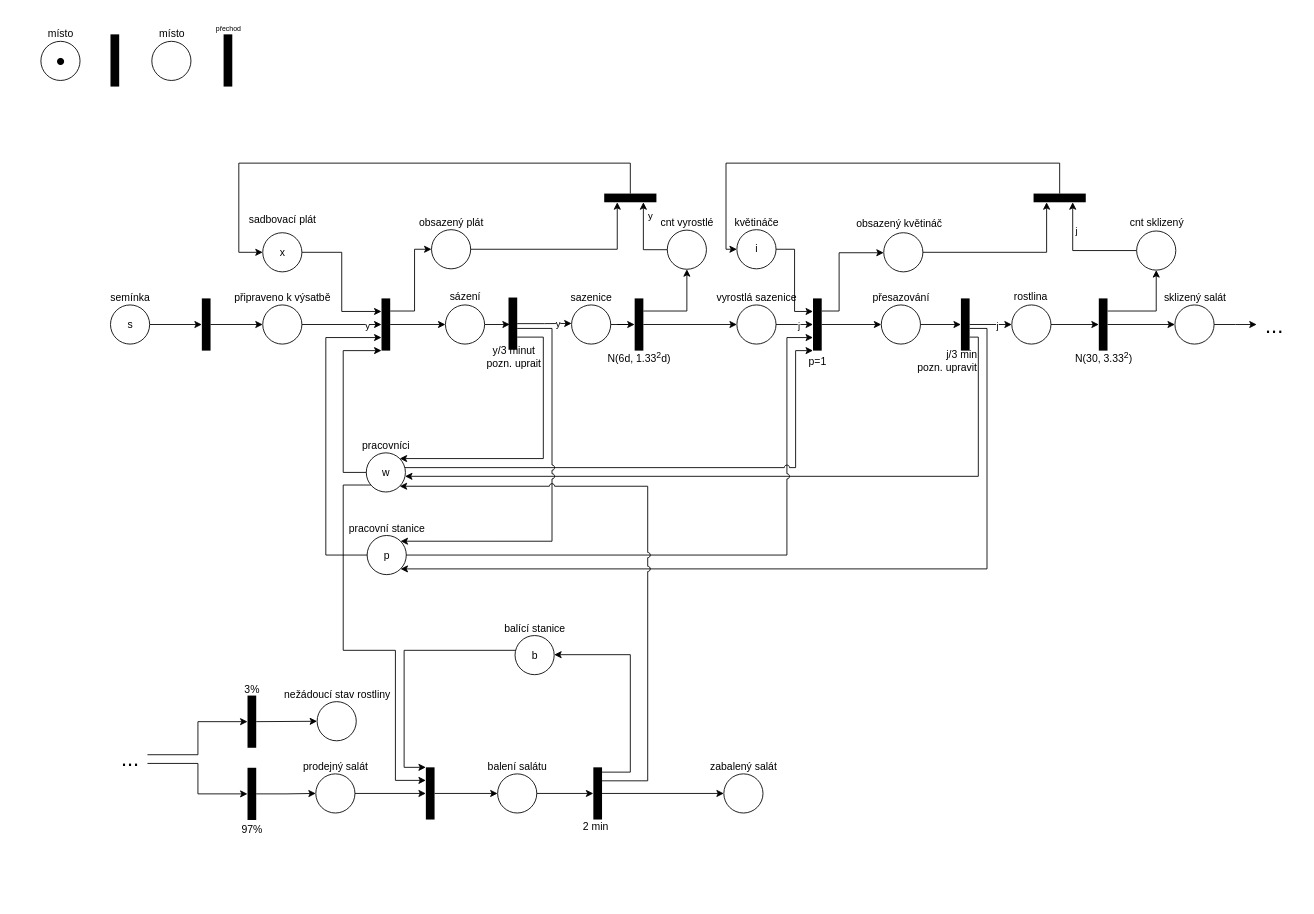
The draw.io diagram doc/petri-net.drawio in hruboson/IMS, before the edit. Source tidied: cells renumbered, new cells numbered last; positions are measured from the earlier drawing's top-left corner, leaving out a move shared by most shapes. Both pictures are drawn from the tidied source at 87%, with x=0, y=0 at pixel (38, 15).
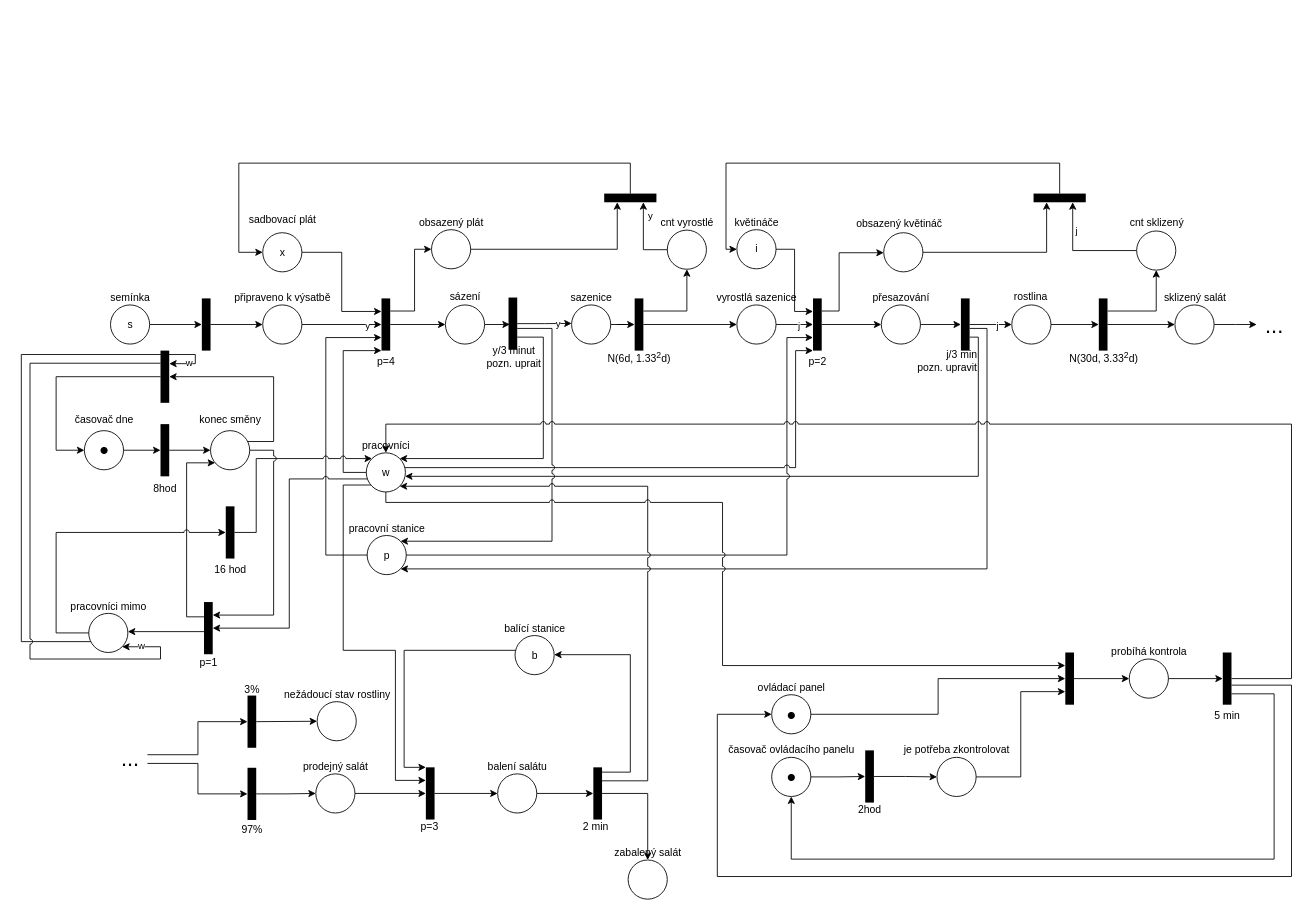
Above is the later version.

Commit message (it also covers changes not shown here):
feat(petri-net): structure complete, change params

The change refers to these unchanged cells:
```xml
<mxCell id="64" value="w" style="ellipse;whiteSpace=wrap;html=1;" parent="63" vertex="1">
  <mxGeometry x="17.5" y="23" width="45" height="45" as="geometry" />
</mxCell>
<mxCell id="128" style="group;" parent="1" vertex="1">
  <mxGeometry x="510" y="849" width="90" height="68" as="geometry" />
</mxCell>
```

Change to the diagram source:
```diff
@@
-    <mxCell id="2" style="rounded=0;whiteSpace=wrap;html=1;strokeColor=none;fillColor=#000000;" parent="1" vertex="1">
-      <mxGeometry x="82.5" y="22" width="10" height="60" as="geometry" />
-    </mxCell>
@@
-    <mxCell id="34" style="group;" parent="1" vertex="1">
-      <mxGeometry x="112.5" y="7" width="80" height="68" as="geometry" />
-    </mxCell>
-    <mxCell id="35" style="ellipse;whiteSpace=wrap;html=1;" parent="34" vertex="1">
-      <mxGeometry x="17.5" y="23" width="45" height="45" as="geometry" />
-    </mxCell>
-    <mxCell id="36" value="místo" style="text;html=1;align=center;verticalAlign=middle;strokeColor=none;fillColor=none;" parent="34" vertex="1">
-      <mxGeometry x="15" width="50" height="30" as="geometry" />
-    </mxCell>
-    <mxCell id="37" style="group;" parent="1" vertex="1">
-      <mxGeometry x="192.5" width="50" height="82" as="geometry" />
-    </mxCell>
-    <mxCell id="38" style="rounded=0;whiteSpace=wrap;html=1;strokeColor=none;fillColor=#000000;" parent="37" vertex="1">
-      <mxGeometry x="20" y="22" width="10" height="60" as="geometry" />
-    </mxCell>
-    <mxCell id="39" value="&lt;font style=&quot;font-size: 8px;&quot;&gt;přechod&lt;/font&gt;" style="text;html=1;align=center;verticalAlign=middle;strokeColor=none;fillColor=none;" parent="37" vertex="1">
-      <mxGeometry width="50" height="30" as="geometry" />
-    </mxCell>
-    <mxCell id="40" style="group;" parent="1" vertex="1">
-      <mxGeometry y="7" width="50" height="68" as="geometry" />
-    </mxCell>
-    <mxCell id="41" value="&lt;font style=&quot;font-size: 30px;&quot;&gt;•&lt;/font&gt;" style="ellipse;whiteSpace=wrap;html=1;" parent="40" vertex="1">
-      <mxGeometry x="2.5" y="23" width="45" height="45" as="geometry" />
-    </mxCell>
-    <mxCell id="42" value="místo" style="text;html=1;align=center;verticalAlign=middle;strokeColor=none;fillColor=none;" parent="40" vertex="1">
-      <mxGeometry width="50" height="30" as="geometry" />
-    </mxCell>
@@
-    <mxCell id="66" value="p=1" style="text;html=1;align=center;verticalAlign=middle;strokeColor=none;fillColor=none;" parent="1" vertex="1">
+    <mxCell id="66" value="p=2" style="text;html=1;align=center;verticalAlign=middle;strokeColor=none;fillColor=none;" parent="1" vertex="1">
       <mxGeometry x="875" y="384" width="40" height="30" as="geometry" />
     </mxCell>
@@
-    <mxCell id="78" value="N(30, 3.33&lt;sup&gt;2&lt;/sup&gt;)" style="text;html=1;align=center;verticalAlign=middle;strokeColor=none;fillColor=none;" parent="1" vertex="1">
-      <mxGeometry x="1178.5" y="378" width="90" height="30" as="geometry" />
+    <mxCell id="78" value="N(30d, 3.33&lt;sup&gt;2&lt;/sup&gt;d)" style="text;html=1;align=center;verticalAlign=middle;strokeColor=none;fillColor=none;" parent="1" vertex="1">
+      <mxGeometry x="1173.5" y="378" width="100" height="30" as="geometry" />
     </mxCell>
@@
-    <mxCell id="131" style="group;" parent="128" vertex="1">
-      <mxGeometry x="260" width="90" height="68" as="geometry" />
-    </mxCell>
-    <mxCell id="132" style="ellipse;whiteSpace=wrap;html=1;" parent="131" vertex="1">
-      <mxGeometry x="17.5" y="23" width="45" height="45" as="geometry" />
-    </mxCell>
-    <mxCell id="133" value="zabalený salát" style="text;html=1;align=center;verticalAlign=middle;strokeColor=none;fillColor=none;" parent="131" vertex="1">
-      <mxGeometry x="-10" width="100" height="30" as="geometry" />
-    </mxCell>
@@
+    <mxCell id="152" style="edgeStyle=orthogonalEdgeStyle;rounded=0;jettySize=auto;html=1;entryX=1;entryY=0.5;entryDx=0;entryDy=0;jumpStyle=arc;" parent="1" edge="1" source="64" target="162">
+      <mxGeometry relative="1" as="geometry">
+        <Array as="points">
+          <mxPoint x="288" y="533" />
+          <mxPoint x="288" y="705" />
+          <mxPoint x="200" y="705" />
+        </Array>
+      </mxGeometry>
+    </mxCell>
+    <mxCell id="153" value="p=3" style="text;html=1;align=center;verticalAlign=middle;strokeColor=none;fillColor=none;" parent="1" vertex="1">
+      <mxGeometry x="429" y="918" width="40" height="30" as="geometry" />
+    </mxCell>
+    <mxCell id="154" value="p=4" style="text;html=1;align=center;verticalAlign=middle;strokeColor=none;fillColor=none;" parent="1" vertex="1">
+      <mxGeometry x="379" y="383" width="40" height="30" as="geometry" />
+    </mxCell>
+    <mxCell id="155" style="edgeStyle=orthogonalEdgeStyle;rounded=0;jettySize=auto;html=1;entryX=0;entryY=0;entryDx=0;entryDy=0;jumpStyle=arc;" parent="1" edge="1" source="173" target="64">
+      <mxGeometry relative="1" as="geometry">
+        <Array as="points">
+          <mxPoint x="250" y="594" />
+          <mxPoint x="250" y="510" />
+        </Array>
+      </mxGeometry>
+    </mxCell>
+    <mxCell id="156" style="group;" parent="1" vertex="1">
+      <mxGeometry x="120" y="385.5" width="50" height="95" as="geometry" />
+    </mxCell>
+    <mxCell id="157" style="rounded=0;whiteSpace=wrap;html=1;strokeColor=none;fillColor=#000000;" parent="156" vertex="1">
+      <mxGeometry x="20" width="10" height="60" as="geometry" />
+    </mxCell>
+    <mxCell id="158" style="group;" parent="1" vertex="1">
+      <mxGeometry x="40" y="664.5" width="95" height="68" as="geometry" />
+    </mxCell>
+    <mxCell id="35" style="ellipse;whiteSpace=wrap;html=1;" parent="158" vertex="1">
+      <mxGeometry x="17.5" y="23" width="45" height="45" as="geometry" />
+    </mxCell>
+    <mxCell id="159" value="pracovníci mimo" style="text;html=1;align=center;verticalAlign=middle;strokeColor=none;fillColor=none;" parent="158" vertex="1">
+      <mxGeometry x="-15" width="110" height="30" as="geometry" />
+    </mxCell>
+    <mxCell id="160" style="edgeStyle=orthogonalEdgeStyle;rounded=0;jettySize=auto;html=1;" parent="1" edge="1" source="165" target="183">
+      <mxGeometry relative="1" as="geometry" />
+    </mxCell>
+    <mxCell id="161" style="group;" parent="1" vertex="1">
+      <mxGeometry x="175" y="674.5" width="40" height="84" as="geometry" />
+    </mxCell>
+    <mxCell id="162" style="rounded=0;whiteSpace=wrap;html=1;strokeColor=none;fillColor=#000000;" parent="161" vertex="1">
+      <mxGeometry x="15" width="10" height="60" as="geometry" />
+    </mxCell>
+    <mxCell id="163" value="p=1" style="text;html=1;align=center;verticalAlign=middle;strokeColor=none;fillColor=none;" parent="161" vertex="1">
+      <mxGeometry y="54" width="40" height="30" as="geometry" />
+    </mxCell>
+    <mxCell id="164" style="group;" parent="1" vertex="1">
+      <mxGeometry x="120" y="470" width="50" height="90" as="geometry" />
+    </mxCell>
+    <mxCell id="165" style="rounded=0;whiteSpace=wrap;html=1;strokeColor=none;fillColor=#000000;" parent="164" vertex="1">
+      <mxGeometry x="20" width="10" height="60" as="geometry" />
+    </mxCell>
+    <mxCell id="166" value="8hod" style="text;html=1;align=center;verticalAlign=middle;strokeColor=none;fillColor=none;" parent="164" vertex="1">
+      <mxGeometry y="60" width="50" height="30" as="geometry" />
+    </mxCell>
+    <mxCell id="167" style="edgeStyle=orthogonalEdgeStyle;rounded=0;jettySize=auto;html=1;entryX=0;entryY=0.5;entryDx=0;entryDy=0;" parent="1" edge="1" source="179" target="165">
+      <mxGeometry relative="1" as="geometry" />
+    </mxCell>
+    <mxCell id="168" style="edgeStyle=orthogonalEdgeStyle;rounded=0;jettySize=auto;html=1;entryX=1;entryY=0.25;entryDx=0;entryDy=0;jumpStyle=arc;" parent="1" edge="1" source="183" target="162">
+      <mxGeometry relative="1" as="geometry">
+        <Array as="points">
+          <mxPoint x="270" y="500.5" />
+          <mxPoint x="270" y="689.5" />
+        </Array>
+      </mxGeometry>
+    </mxCell>
+    <mxCell id="169" style="edgeStyle=orthogonalEdgeStyle;rounded=0;jettySize=auto;html=1;jumpStyle=arc;" parent="1" edge="1" source="162" target="35">
+      <mxGeometry relative="1" as="geometry">
+        <Array as="points">
+          <mxPoint x="147" y="708.5" />
+          <mxPoint x="147" y="708.5" />
+        </Array>
+      </mxGeometry>
+    </mxCell>
+    <mxCell id="170" style="edgeStyle=orthogonalEdgeStyle;rounded=0;jettySize=auto;html=1;jumpStyle=arc;" parent="1" edge="1" source="162" target="183">
+      <mxGeometry relative="1" as="geometry">
+        <Array as="points">
+          <mxPoint x="170" y="691.5" />
+          <mxPoint x="170" y="514.5" />
+        </Array>
+      </mxGeometry>
+    </mxCell>
+    <mxCell id="171" style="group;" parent="1" vertex="1">
+      <mxGeometry x="200" y="564.5" width="50" height="89" as="geometry" />
+    </mxCell>
+    <mxCell id="172" style="group;" parent="171" vertex="1">
+      <mxGeometry x="-10" width="60" height="88" as="geometry" />
+    </mxCell>
+    <mxCell id="173" style="rounded=0;whiteSpace=wrap;html=1;strokeColor=none;fillColor=#000000;" parent="172" vertex="1">
+      <mxGeometry x="25" width="10" height="60" as="geometry" />
+    </mxCell>
+    <mxCell id="174" value="16 hod" style="text;html=1;align=center;verticalAlign=middle;strokeColor=none;fillColor=none;" parent="172" vertex="1">
+      <mxGeometry y="58" width="60" height="30" as="geometry" />
+    </mxCell>
+    <mxCell id="175" style="edgeStyle=orthogonalEdgeStyle;rounded=0;jettySize=auto;html=1;entryX=0;entryY=0.5;entryDx=0;entryDy=0;exitX=0;exitY=0.5;exitDx=0;exitDy=0;jumpStyle=arc;" parent="1" edge="1" source="35" target="173">
+      <mxGeometry relative="1" as="geometry">
+        <Array as="points">
+          <mxPoint x="20" y="710.5" />
+          <mxPoint x="20" y="594.5" />
+        </Array>
+      </mxGeometry>
+    </mxCell>
+    <mxCell id="176" style="group;" parent="1" vertex="1">
+      <mxGeometry x="50" y="450" width="70" height="72.5" as="geometry" />
+    </mxCell>
+    <mxCell id="177" style="group;" parent="176" vertex="1">
+      <mxGeometry width="70" height="68" as="geometry" />
+    </mxCell>
+    <mxCell id="178" value="časovač dne" style="text;html=1;align=center;verticalAlign=middle;strokeColor=none;fillColor=none;" parent="177" vertex="1">
+      <mxGeometry x="-20" width="90" height="30" as="geometry" />
+    </mxCell>
+    <mxCell id="179" value="&lt;font style=&quot;font-size: 30px;&quot;&gt;•&lt;/font&gt;" style="ellipse;whiteSpace=wrap;html=1;" parent="176" vertex="1">
+      <mxGeometry x="2.5" y="27.5" width="45" height="45" as="geometry" />
+    </mxCell>
+    <mxCell id="180" style="group;" parent="1" vertex="1">
+      <mxGeometry x="180" y="450" width="85" height="72.5" as="geometry" />
+    </mxCell>
+    <mxCell id="181" style="group;" parent="180" vertex="1">
+      <mxGeometry width="85" height="68" as="geometry" />
+    </mxCell>
+    <mxCell id="182" value="konec směny" style="text;html=1;align=center;verticalAlign=middle;strokeColor=none;fillColor=none;" parent="181" vertex="1">
+      <mxGeometry x="-5" width="90" height="30" as="geometry" />
+    </mxCell>
+    <mxCell id="183" style="ellipse;whiteSpace=wrap;html=1;" parent="180" vertex="1">
+      <mxGeometry x="17.5" y="27.5" width="45" height="45" as="geometry" />
+    </mxCell>
+    <mxCell id="184" style="edgeStyle=orthogonalEdgeStyle;rounded=0;jettySize=auto;html=1;entryX=1;entryY=0.5;entryDx=0;entryDy=0;jumpStyle=arc;" parent="1" edge="1" source="183" target="157">
+      <mxGeometry relative="1" as="geometry">
+        <Array as="points">
+          <mxPoint x="270" y="490" />
+          <mxPoint x="270" y="416" />
+          <mxPoint x="150" y="416" />
+        </Array>
+      </mxGeometry>
+    </mxCell>
+    <mxCell id="185" style="edgeStyle=orthogonalEdgeStyle;rounded=0;jettySize=auto;html=1;jumpStyle=arc;" parent="1" edge="1" source="157" target="179">
+      <mxGeometry relative="1" as="geometry">
+        <Array as="points">
+          <mxPoint x="20" y="416" />
+          <mxPoint x="20" y="500" />
+        </Array>
+      </mxGeometry>
+    </mxCell>
+    <mxCell id="186" style="edgeStyle=orthogonalEdgeStyle;rounded=0;jettySize=auto;html=1;entryX=1;entryY=0.25;entryDx=0;entryDy=0;jumpStyle=arc;" parent="1" edge="1" source="35" target="157">
+      <mxGeometry relative="1" as="geometry">
+        <Array as="points">
+          <mxPoint x="-20" y="720" />
+          <mxPoint x="-20" y="390" />
+          <mxPoint x="180" y="390" />
+          <mxPoint x="180" y="401" />
+        </Array>
+      </mxGeometry>
+    </mxCell>
+    <mxCell id="187" value="w" style="edgeLabel;html=1;align=center;verticalAlign=middle;" parent="186" vertex="1">
+      <mxGeometry x="0.85" y="3" relative="1" as="geometry">
+        <mxPoint y="12" as="offset" />
+      </mxGeometry>
+    </mxCell>
+    <mxCell id="188" style="edgeStyle=orthogonalEdgeStyle;rounded=0;jettySize=auto;html=1;entryX=1;entryY=1;entryDx=0;entryDy=0;jumpStyle=arc;" parent="1" edge="1" source="157" target="35">
+      <mxGeometry relative="1" as="geometry">
+        <Array as="points">
+          <mxPoint x="-10" y="400" />
+          <mxPoint x="-10" y="740" />
+          <mxPoint x="140" y="740" />
+          <mxPoint x="140" y="726" />
+        </Array>
+      </mxGeometry>
+    </mxCell>
+    <mxCell id="189" value="w" style="edgeLabel;html=1;align=center;verticalAlign=middle;" parent="188" vertex="1">
+      <mxGeometry x="0.94" y="-1" relative="1" as="geometry" />
+    </mxCell>
+    <mxCell id="190" style="group;" parent="1" vertex="1">
+      <mxGeometry x="840" y="758" width="75" height="68" as="geometry" />
+    </mxCell>
+    <mxCell id="191" value="&lt;font style=&quot;font-size: 30px;&quot;&gt;•&lt;/font&gt;" style="ellipse;whiteSpace=wrap;html=1;" parent="190" vertex="1">
+      <mxGeometry x="2.5" y="23" width="45" height="45" as="geometry" />
+    </mxCell>
+    <mxCell id="192" value="ovládací panel" style="text;html=1;align=center;verticalAlign=middle;strokeColor=none;fillColor=none;" parent="190" vertex="1">
+      <mxGeometry x="-25" width="100" height="30" as="geometry" />
+    </mxCell>
+    <mxCell id="193" style="group;" parent="1" vertex="1">
+      <mxGeometry x="840" y="830" width="110" height="68" as="geometry" />
+    </mxCell>
+    <mxCell id="194" value="&lt;font style=&quot;font-size: 30px;&quot;&gt;•&lt;/font&gt;" style="ellipse;whiteSpace=wrap;html=1;" parent="193" vertex="1">
+      <mxGeometry x="2.5" y="23" width="45" height="45" as="geometry" />
+    </mxCell>
+    <mxCell id="195" value="časovač ovládacího panelu" style="text;html=1;align=center;verticalAlign=middle;strokeColor=none;fillColor=none;" parent="193" vertex="1">
+      <mxGeometry x="-60" width="170" height="30" as="geometry" />
+    </mxCell>
+    <mxCell id="131" style="group;" parent="1" vertex="1">
+      <mxGeometry x="660" y="948" width="90" height="68" as="geometry" />
+    </mxCell>
+    <mxCell id="132" style="ellipse;whiteSpace=wrap;html=1;" parent="131" vertex="1">
+      <mxGeometry x="17.5" y="23" width="45" height="45" as="geometry" />
+    </mxCell>
+    <mxCell id="133" value="zabalený salát" style="text;html=1;align=center;verticalAlign=middle;strokeColor=none;fillColor=none;" parent="131" vertex="1">
+      <mxGeometry x="-10" width="100" height="30" as="geometry" />
+    </mxCell>
+    <mxCell id="196" style="edgeStyle=orthogonalEdgeStyle;rounded=0;jettySize=auto;html=1;" parent="1" edge="1" source="197" target="209">
+      <mxGeometry relative="1" as="geometry" />
+    </mxCell>
+    <mxCell id="197" style="rounded=0;whiteSpace=wrap;html=1;strokeColor=none;fillColor=#000000;" parent="1" vertex="1">
+      <mxGeometry x="1180" y="732.5" width="10" height="60" as="geometry" />
+    </mxCell>
+    <mxCell id="198" style="edgeStyle=orthogonalEdgeStyle;rounded=0;jettySize=auto;html=1;entryX=0;entryY=0.5;entryDx=0;entryDy=0;" parent="1" edge="1" source="199" target="203">
+      <mxGeometry relative="1" as="geometry" />
+    </mxCell>
+    <mxCell id="199" style="rounded=0;whiteSpace=wrap;html=1;strokeColor=none;fillColor=#000000;" parent="1" vertex="1">
+      <mxGeometry x="950" y="845" width="10" height="60" as="geometry" />
+    </mxCell>
+    <mxCell id="200" value="2hod" style="text;html=1;align=center;verticalAlign=middle;strokeColor=none;fillColor=none;" parent="1" vertex="1">
+      <mxGeometry x="930" y="898" width="50" height="30" as="geometry" />
+    </mxCell>
+    <mxCell id="201" style="edgeStyle=orthogonalEdgeStyle;rounded=0;jettySize=auto;html=1;entryX=0;entryY=0.5;entryDx=0;entryDy=0;" parent="1" edge="1" source="194" target="199">
+      <mxGeometry relative="1" as="geometry" />
+    </mxCell>
+    <mxCell id="202" style="group;" parent="1" vertex="1">
+      <mxGeometry x="1030" y="830" width="110" height="68" as="geometry" />
+    </mxCell>
+    <mxCell id="203" style="ellipse;whiteSpace=wrap;html=1;" parent="202" vertex="1">
+      <mxGeometry x="2.5" y="23" width="45" height="45" as="geometry" />
+    </mxCell>
+    <mxCell id="204" value="je potřeba zkontrolovat" style="text;html=1;align=center;verticalAlign=middle;strokeColor=none;fillColor=none;" parent="202" vertex="1">
+      <mxGeometry x="-45" width="140" height="30" as="geometry" />
+    </mxCell>
+    <mxCell id="205" style="edgeStyle=orthogonalEdgeStyle;rounded=0;jettySize=auto;html=1;entryX=0;entryY=0.75;entryDx=0;entryDy=0;" parent="1" edge="1" source="203" target="197">
+      <mxGeometry relative="1" as="geometry" />
+    </mxCell>
+    <mxCell id="206" style="edgeStyle=orthogonalEdgeStyle;rounded=0;jettySize=auto;html=1;entryX=0;entryY=0.5;entryDx=0;entryDy=0;" parent="1" edge="1" source="191" target="197">
+      <mxGeometry relative="1" as="geometry" />
+    </mxCell>
+    <mxCell id="207" style="edgeStyle=orthogonalEdgeStyle;rounded=0;jettySize=auto;html=1;entryX=0;entryY=0.25;entryDx=0;entryDy=0;jumpStyle=arc;" parent="1" edge="1" source="64" target="197">
+      <mxGeometry relative="1" as="geometry">
+        <Array as="points">
+          <mxPoint x="399" y="560" />
+          <mxPoint x="786" y="560" />
+          <mxPoint x="786" y="747" />
+        </Array>
+      </mxGeometry>
+    </mxCell>
+    <mxCell id="208" style="group;" parent="1" vertex="1">
+      <mxGeometry x="1251" y="717" width="110" height="68" as="geometry" />
+    </mxCell>
+    <mxCell id="209" style="ellipse;whiteSpace=wrap;html=1;" parent="208" vertex="1">
+      <mxGeometry x="2.5" y="23" width="45" height="45" as="geometry" />
+    </mxCell>
+    <mxCell id="210" value="probíhá kontrola" style="text;html=1;align=center;verticalAlign=middle;strokeColor=none;fillColor=none;" parent="208" vertex="1">
+      <mxGeometry x="-30" width="110" height="30" as="geometry" />
+    </mxCell>
+    <mxCell id="211" style="edgeStyle=orthogonalEdgeStyle;rounded=0;jettySize=auto;html=1;entryX=0.5;entryY=0;entryDx=0;entryDy=0;jumpStyle=arc;" parent="1" edge="1" source="214" target="64">
+      <mxGeometry relative="1" as="geometry">
+        <Array as="points">
+          <mxPoint x="1440" y="762" />
+          <mxPoint x="1440" y="470" />
+          <mxPoint x="399" y="470" />
+        </Array>
+      </mxGeometry>
+    </mxCell>
+    <mxCell id="212" style="edgeStyle=orthogonalEdgeStyle;rounded=0;jettySize=auto;html=1;entryX=0.5;entryY=1;entryDx=0;entryDy=0;" parent="1" edge="1" source="214" target="194">
+      <mxGeometry relative="1" as="geometry">
+        <Array as="points">
+          <mxPoint x="1420" y="780" />
+          <mxPoint x="1420" y="970" />
+          <mxPoint x="865" y="970" />
+        </Array>
+      </mxGeometry>
+    </mxCell>
+    <mxCell id="213" style="edgeStyle=orthogonalEdgeStyle;rounded=0;jettySize=auto;html=1;entryX=0;entryY=0.5;entryDx=0;entryDy=0;" parent="1" edge="1" source="214" target="191">
+      <mxGeometry relative="1" as="geometry">
+        <Array as="points">
+          <mxPoint x="1440" y="770" />
+          <mxPoint x="1440" y="990" />
+          <mxPoint x="780" y="990" />
+          <mxPoint x="780" y="804" />
+        </Array>
+      </mxGeometry>
+    </mxCell>
+    <mxCell id="214" style="rounded=0;whiteSpace=wrap;html=1;strokeColor=none;fillColor=#000000;" parent="1" vertex="1">
+      <mxGeometry x="1361" y="732.5" width="10" height="60" as="geometry" />
+    </mxCell>
+    <mxCell id="215" style="edgeStyle=orthogonalEdgeStyle;rounded=0;jettySize=auto;html=1;entryX=0;entryY=0.5;entryDx=0;entryDy=0;" parent="1" edge="1" source="209" target="214">
+      <mxGeometry relative="1" as="geometry" />
+    </mxCell>
+    <mxCell id="216" value="5 min" style="text;html=1;align=center;verticalAlign=middle;strokeColor=none;fillColor=none;" parent="1" vertex="1">
+      <mxGeometry x="1341" y="790" width="50" height="30" as="geometry" />
+    </mxCell>
```
